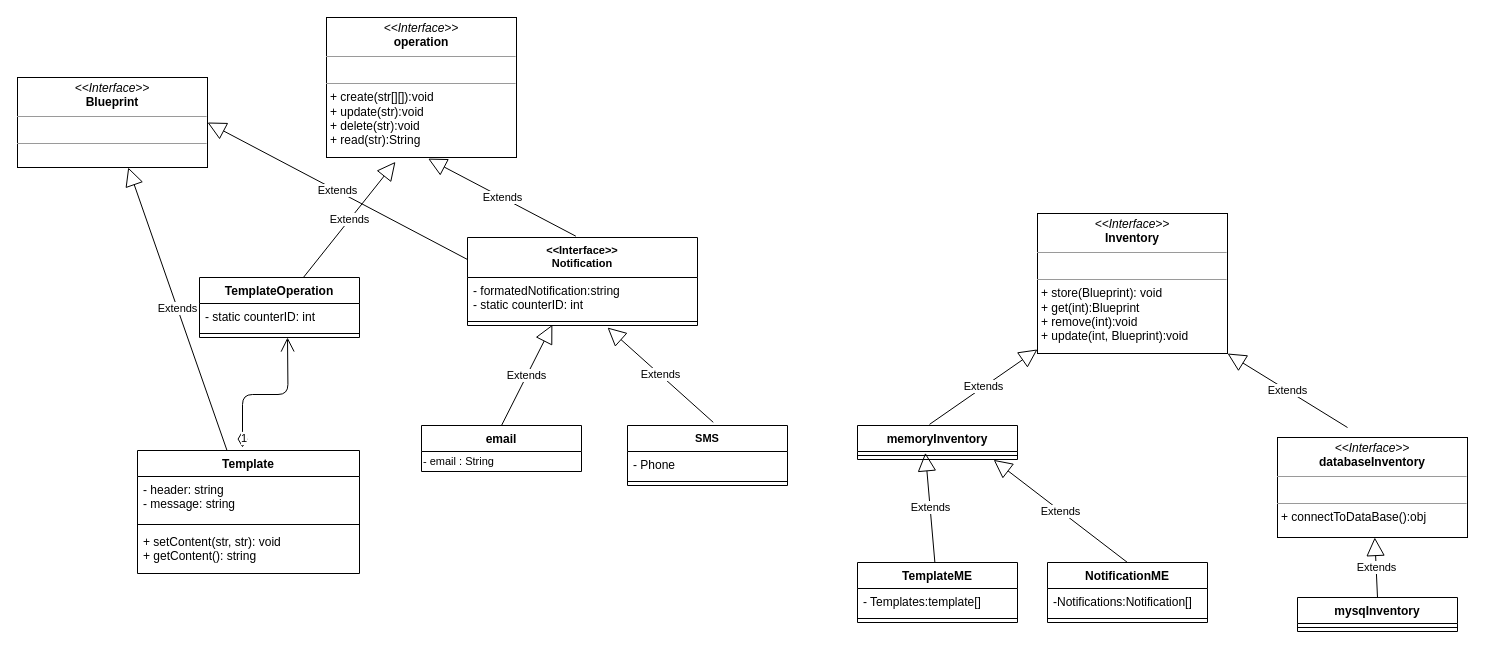
Before: diagrams/classDiagram_V4.drawio in Abdelrhman-ammar/NotificationSystem, a draw.io diagram. Source tidied: cells renumbered, new cells numbered last; positions are measured from the earlier drawing's top-left corner, leaving out a move shared by most shapes. Both pictures are drawn from the tidied source at 100%, with x=0, y=0 at pixel (17, 17).
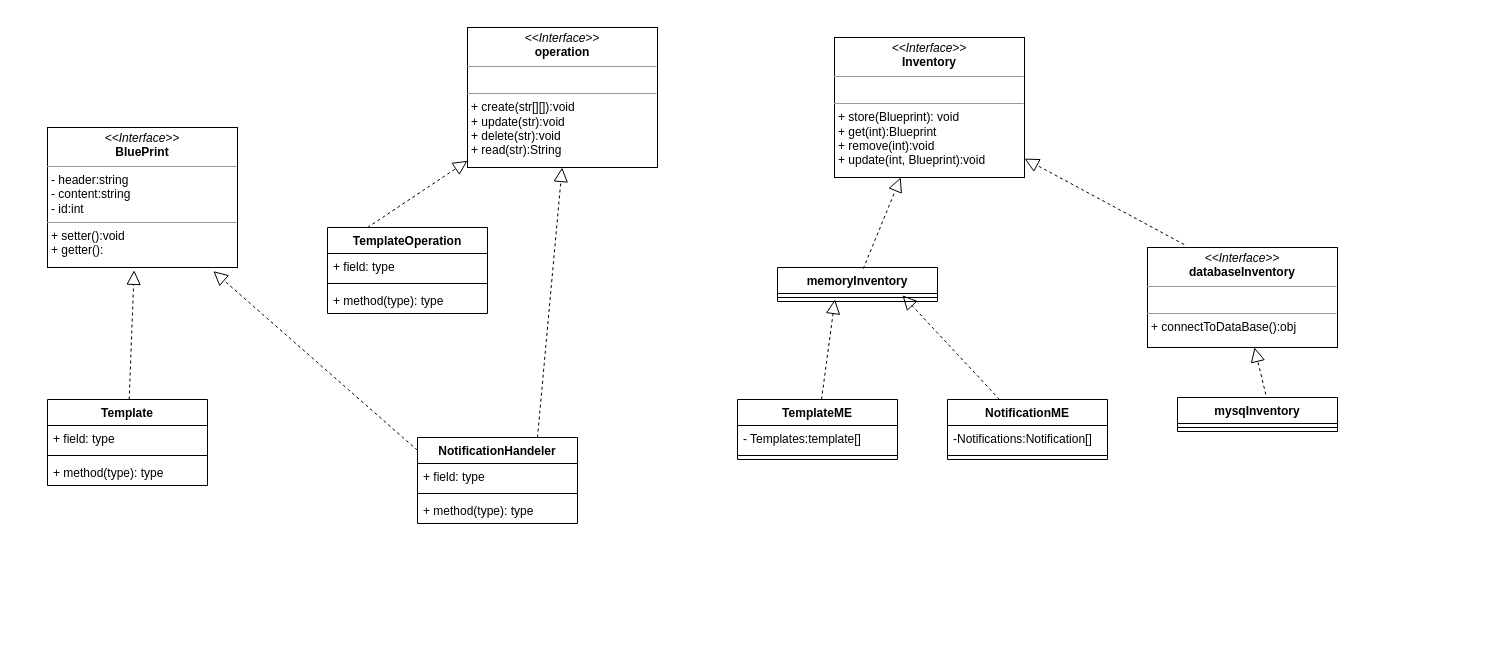
The same diagram, later.

Commit message (it also covers changes not shown here):
edit class diagram

Unchanged cells that the change refers to:
```xml
<mxCell id="18" style="line;strokeWidth=1;fillColor=none;align=left;verticalAlign=middle;spacingTop=-1;spacingLeft=3;spacingRight=3;labelPosition=right;points=[];portConstraint=eastwest;" parent="17" vertex="1">
  <mxGeometry y="26" width="160" height="8" as="geometry" />
</mxCell>
```

The edit, as a diff of the source:
```diff
@@
-    <mxCell id="2" value="Template" style="swimlane;fontStyle=1;align=center;verticalAlign=top;horizontal=1;startSize=26;rounded=0;shadow=0;strokeWidth=1;" parent="1" vertex="1">
-      <mxGeometry x="120" y="433" width="222" height="123" as="geometry" />
-    </mxCell>
-    <mxCell id="3" value="- header: string&#10;- message: string&#10;" style="text;align=left;verticalAlign=top;spacingLeft=4;spacingRight=4;overflow=hidden;" parent="2" vertex="1">
-      <mxGeometry y="26" width="222" height="44" as="geometry" />
-    </mxCell>
-    <mxCell id="4" style="line;html=1;strokeWidth=1;align=left;verticalAlign=middle;spacingTop=-1;spacingLeft=3;spacingRight=3;labelPosition=right;" parent="2" vertex="1">
-      <mxGeometry y="70" width="222" height="8" as="geometry" />
-    </mxCell>
-    <mxCell id="5" value="+ setContent(str, str): void&#10;+ getContent(): string" style="text;align=left;verticalAlign=top;spacingLeft=4;spacingRight=4;overflow=hidden;" parent="2" vertex="1">
-      <mxGeometry y="78" width="222" height="42" as="geometry" />
-    </mxCell>
-    <mxCell id="6" value="&lt;&lt;Interface&gt;&gt;&#10;Notification" style="swimlane;fontStyle=1;align=center;verticalAlign=top;horizontal=1;startSize=40;fontSize=11;" parent="1" vertex="1">
-      <mxGeometry x="450" y="220" width="230" height="88" as="geometry" />
-    </mxCell>
-    <mxCell id="7" value="- formatedNotification:string&#10;- static counterID: int&#10;" style="text;strokeColor=none;fillColor=none;align=left;verticalAlign=top;spacingLeft=4;spacingRight=4;overflow=hidden;" parent="6" vertex="1">
-      <mxGeometry y="40" width="230" height="40" as="geometry" />
-    </mxCell>
-    <mxCell id="8" style="line;strokeWidth=1;fillColor=none;align=left;verticalAlign=middle;spacingTop=-1;spacingLeft=3;spacingRight=3;labelPosition=right;points=[];portConstraint=eastwest;" parent="6" vertex="1">
-      <mxGeometry y="80" width="230" height="8" as="geometry" />
-    </mxCell>
-    <mxCell id="9" value="email" style="swimlane;fontStyle=1;align=center;verticalAlign=top;horizontal=1;startSize=26;" parent="1" vertex="1">
-      <mxGeometry x="404" y="408" width="160" height="46" as="geometry" />
-    </mxCell>
-    <mxCell id="10" value="- email : String" style="text;html=1;align=left;verticalAlign=middle;fontSize=11;" parent="9" vertex="1">
-      <mxGeometry y="26" width="160" height="20" as="geometry" />
-    </mxCell>
-    <mxCell id="11" value="SMS" style="swimlane;fontStyle=1;align=center;verticalAlign=top;horizontal=1;startSize=26;fontSize=11;" parent="1" vertex="1">
-      <mxGeometry x="610" y="408" width="160" height="60" as="geometry" />
-    </mxCell>
-    <mxCell id="12" value="- Phone" style="text;strokeColor=none;fillColor=none;align=left;verticalAlign=top;spacingLeft=4;spacingRight=4;overflow=hidden;" parent="11" vertex="1">
-      <mxGeometry y="26" width="160" height="26" as="geometry" />
-    </mxCell>
-    <mxCell id="13" style="line;strokeWidth=1;fillColor=none;align=left;verticalAlign=middle;spacingTop=-1;spacingLeft=3;spacingRight=3;labelPosition=right;" parent="11" vertex="1">
-      <mxGeometry y="52" width="160" height="8" as="geometry" />
-    </mxCell>
-    <mxCell id="14" value="Extends" style="endArrow=block;endSize=16;endFill=0;html=1;fontSize=11;exitX=0.5;exitY=0;exitDx=0;exitDy=0;entryX=0.369;entryY=0.912;entryDx=0;entryDy=0;entryPerimeter=0;" parent="1" edge="1" source="9" target="8">
-      <mxGeometry relative="1" as="geometry" />
-    </mxCell>
-    <mxCell id="15" value="Extends" style="endArrow=block;endSize=16;endFill=0;html=1;fontSize=11;exitX=0.536;exitY=-0.053;exitDx=0;exitDy=0;exitPerimeter=0;" parent="1" edge="1" source="11">
-      <mxGeometry relative="1" as="geometry">
-        <mxPoint x="590" y="310" as="targetPoint" />
-      </mxGeometry>
-    </mxCell>
     <mxCell id="16" value="&lt;p style=&quot;margin: 0px ; margin-top: 4px ; text-align: center&quot;&gt;&lt;i&gt;&amp;lt;&amp;lt;Interface&amp;gt;&amp;gt;&lt;/i&gt;&lt;br&gt;&lt;b&gt;Inventory&lt;/b&gt;&lt;/p&gt;&lt;hr size=&quot;1&quot;&gt;&lt;p style=&quot;margin: 0px ; margin-left: 4px&quot;&gt;&lt;br&gt;&lt;/p&gt;&lt;hr size=&quot;1&quot;&gt;&lt;p style=&quot;margin: 0px ; margin-left: 4px&quot;&gt;+ store(Blueprint): void&lt;br style=&quot;padding: 0px ; margin: 0px&quot;&gt;+ get(int):Blueprint&lt;br style=&quot;padding: 0px ; margin: 0px&quot;&gt;+ remove(int):void&lt;br&gt;&lt;/p&gt;&lt;p style=&quot;margin: 0px ; margin-left: 4px&quot;&gt;+ update(int, Blueprint):void&lt;/p&gt;" style="verticalAlign=top;align=left;overflow=fill;fontSize=12;fontFamily=Helvetica;html=1;" parent="1" vertex="1">
-      <mxGeometry x="1020" y="196" width="190" height="140" as="geometry" />
+      <mxGeometry x="817" y="20" width="190" height="140" as="geometry" />
     </mxCell>
     <mxCell id="17" value="memoryInventory" style="swimlane;fontStyle=1;align=center;verticalAlign=top;horizontal=1;startSize=26;" parent="1" vertex="1">
-      <mxGeometry x="840" y="408" width="160" height="34" as="geometry" />
+      <mxGeometry x="760" y="250" width="160" height="34" as="geometry" />
     </mxCell>
@@
     <mxCell id="19" value="&lt;p style=&quot;margin: 0px ; margin-top: 4px ; text-align: center&quot;&gt;&lt;i&gt;&amp;lt;&amp;lt;Interface&amp;gt;&amp;gt;&lt;/i&gt;&lt;br&gt;&lt;span style=&quot;font-weight: 700&quot;&gt;databaseInventory&lt;/span&gt;&lt;br&gt;&lt;/p&gt;&lt;hr size=&quot;1&quot;&gt;&lt;p style=&quot;margin: 0px ; margin-left: 4px&quot;&gt;&lt;br&gt;&lt;/p&gt;&lt;hr size=&quot;1&quot;&gt;&lt;p style=&quot;margin: 0px ; margin-left: 4px&quot;&gt;+ connectToDataBase():obj&lt;br&gt;&lt;/p&gt;" style="verticalAlign=top;align=left;overflow=fill;fontSize=12;fontFamily=Helvetica;html=1;" parent="1" vertex="1">
-      <mxGeometry x="1260" y="420" width="190" height="100" as="geometry" />
+      <mxGeometry x="1130" y="230" width="190" height="100" as="geometry" />
     </mxCell>
     <mxCell id="20" value="mysqInventory" style="swimlane;fontStyle=1;align=center;verticalAlign=top;horizontal=1;startSize=26;" parent="1" vertex="1">
-      <mxGeometry x="1280" y="580" width="160" height="34" as="geometry" />
+      <mxGeometry x="1160" y="380" width="160" height="34" as="geometry" />
     </mxCell>
@@
-    <mxCell id="22" value="Extends" style="endArrow=block;endSize=16;endFill=0;html=1;exitX=0.45;exitY=-0.033;exitDx=0;exitDy=0;exitPerimeter=0;" parent="1" edge="1" source="17" target="16">
-      <mxGeometry relative="1" as="geometry" />
-    </mxCell>
-    <mxCell id="23" value="Extends" style="endArrow=block;endSize=16;endFill=0;html=1;entryX=1;entryY=1;entryDx=0;entryDy=0;" parent="1" edge="1" target="16">
-      <mxGeometry relative="1" as="geometry">
-        <mxPoint x="1330" y="410" as="sourcePoint" />
-      </mxGeometry>
-    </mxCell>
-    <mxCell id="24" value="Extends" style="endArrow=block;endSize=16;endFill=0;html=1;exitX=0.5;exitY=0;exitDx=0;exitDy=0;" parent="1" edge="1" source="20" target="19">
-      <mxGeometry relative="1" as="geometry" />
-    </mxCell>
-    <mxCell id="25" value="1" style="endArrow=open;html=1;endSize=12;startArrow=diamondThin;startSize=14;startFill=0;edgeStyle=orthogonalEdgeStyle;align=left;verticalAlign=bottom;exitX=0.473;exitY=-0.024;exitDx=0;exitDy=0;exitPerimeter=0;" parent="1" edge="1" source="2">
-      <mxGeometry x="-1" y="3" relative="1" as="geometry">
-        <mxPoint x="270" y="320" as="targetPoint" />
-      </mxGeometry>
-    </mxCell>
     <mxCell id="26" value="TemplateME" style="swimlane;fontStyle=1;align=center;verticalAlign=top;horizontal=1;startSize=26;" parent="1" vertex="1">
-      <mxGeometry x="840" y="545" width="160" height="60" as="geometry" />
+      <mxGeometry x="720" y="382" width="160" height="60" as="geometry" />
     </mxCell>
@@
     <mxCell id="29" value="NotificationME" style="swimlane;fontStyle=1;align=center;verticalAlign=top;horizontal=1;startSize=26;" parent="1" vertex="1">
-      <mxGeometry x="1030" y="545" width="160" height="60" as="geometry" />
+      <mxGeometry x="930" y="382" width="160" height="60" as="geometry" />
     </mxCell>
@@
+    <mxCell id="34" value="&lt;p style=&quot;margin: 0px ; margin-top: 4px ; text-align: center&quot;&gt;&lt;i&gt;&amp;lt;&amp;lt;Interface&amp;gt;&amp;gt;&lt;/i&gt;&lt;br&gt;&lt;b&gt;operation&lt;/b&gt;&lt;/p&gt;&lt;hr size=&quot;1&quot;&gt;&lt;p style=&quot;margin: 0px ; margin-left: 4px&quot;&gt;&lt;br&gt;&lt;/p&gt;&lt;hr size=&quot;1&quot;&gt;&lt;p style=&quot;margin: 0px ; margin-left: 4px&quot;&gt;+ create(str[][]):void&lt;br style=&quot;padding: 0px ; margin: 0px&quot;&gt;+ update(str):void&lt;br style=&quot;padding: 0px ; margin: 0px&quot;&gt;+ delete(str):void&lt;br style=&quot;padding: 0px ; margin: 0px&quot;&gt;+ read(str):String&lt;/p&gt;&lt;div style=&quot;padding: 0px ; margin: 0px&quot;&gt;&lt;br style=&quot;padding: 0px ; margin: 0px&quot;&gt;&lt;/div&gt;" style="verticalAlign=top;align=left;overflow=fill;fontSize=12;fontFamily=Helvetica;html=1;" parent="1" vertex="1">
+      <mxGeometry x="450" y="10" width="190" height="140" as="geometry" />
+    </mxCell>
+    <mxCell id="43" value="&lt;p style=&quot;margin: 0px ; margin-top: 4px ; text-align: center&quot;&gt;&lt;i&gt;&amp;lt;&amp;lt;Interface&amp;gt;&amp;gt;&lt;/i&gt;&lt;br&gt;&lt;b&gt;BluePrint&lt;/b&gt;&lt;/p&gt;&lt;hr size=&quot;1&quot;&gt;&lt;p style=&quot;margin: 0px ; margin-left: 4px&quot;&gt;- header:string&lt;br&gt;- content:string&amp;nbsp;&lt;/p&gt;&lt;p style=&quot;margin: 0px ; margin-left: 4px&quot;&gt;- id:int&lt;/p&gt;&lt;hr size=&quot;1&quot;&gt;&lt;p style=&quot;margin: 0px ; margin-left: 4px&quot;&gt;+ setter():void&lt;/p&gt;&lt;p style=&quot;margin: 0px ; margin-left: 4px&quot;&gt;+ getter():&lt;/p&gt;" style="verticalAlign=top;align=left;overflow=fill;fontSize=12;fontFamily=Helvetica;html=1;" parent="1" vertex="1">
+      <mxGeometry x="30" y="110" width="190" height="140" as="geometry" />
+    </mxCell>
+    <mxCell id="2" value="Template" style="swimlane;fontStyle=1;align=center;verticalAlign=top;horizontal=1;startSize=26;" parent="1" vertex="1">
+      <mxGeometry x="30" y="382" width="160" height="86" as="geometry" />
+    </mxCell>
+    <mxCell id="44" value="+ field: type" style="text;strokeColor=none;fillColor=none;align=left;verticalAlign=top;spacingLeft=4;spacingRight=4;overflow=hidden;" parent="2" vertex="1">
+      <mxGeometry y="26" width="160" height="26" as="geometry" />
+    </mxCell>
+    <mxCell id="45" style="line;strokeWidth=1;fillColor=none;align=left;verticalAlign=middle;spacingTop=-1;spacingLeft=3;spacingRight=3;labelPosition=right;" parent="2" vertex="1">
+      <mxGeometry y="52" width="160" height="8" as="geometry" />
+    </mxCell>
+    <mxCell id="46" value="+ method(type): type" style="text;strokeColor=none;fillColor=none;align=left;verticalAlign=top;spacingLeft=4;spacingRight=4;overflow=hidden;" parent="2" vertex="1">
+      <mxGeometry y="60" width="160" height="26" as="geometry" />
+    </mxCell>
+    <mxCell id="37" value="TemplateOperation" style="swimlane;fontStyle=1;align=center;verticalAlign=top;horizontal=1;startSize=26;" parent="1" vertex="1">
+      <mxGeometry x="310" y="210" width="160" height="86" as="geometry" />
+    </mxCell>
+    <mxCell id="47" value="+ field: type" style="text;strokeColor=none;fillColor=none;align=left;verticalAlign=top;spacingLeft=4;spacingRight=4;overflow=hidden;" parent="37" vertex="1">
+      <mxGeometry y="26" width="160" height="26" as="geometry" />
+    </mxCell>
+    <mxCell id="48" style="line;strokeWidth=1;fillColor=none;align=left;verticalAlign=middle;spacingTop=-1;spacingLeft=3;spacingRight=3;labelPosition=right;" parent="37" vertex="1">
+      <mxGeometry y="52" width="160" height="8" as="geometry" />
+    </mxCell>
+    <mxCell id="49" value="+ method(type): type" style="text;strokeColor=none;fillColor=none;align=left;verticalAlign=top;spacingLeft=4;spacingRight=4;overflow=hidden;" parent="37" vertex="1">
+      <mxGeometry y="60" width="160" height="26" as="geometry" />
+    </mxCell>
+    <mxCell id="50" value="NotificationHandeler" style="swimlane;fontStyle=1;align=center;verticalAlign=top;horizontal=1;startSize=26;" parent="1" vertex="1">
+      <mxGeometry x="400" y="420" width="160" height="86" as="geometry" />
+    </mxCell>
+    <mxCell id="51" value="+ field: type" style="text;strokeColor=none;fillColor=none;align=left;verticalAlign=top;spacingLeft=4;spacingRight=4;overflow=hidden;" parent="50" vertex="1">
+      <mxGeometry y="26" width="160" height="26" as="geometry" />
+    </mxCell>
+    <mxCell id="52" style="line;strokeWidth=1;fillColor=none;align=left;verticalAlign=middle;spacingTop=-1;spacingLeft=3;spacingRight=3;labelPosition=right;" parent="50" vertex="1">
+      <mxGeometry y="52" width="160" height="8" as="geometry" />
+    </mxCell>
+    <mxCell id="53" value="+ method(type): type" style="text;strokeColor=none;fillColor=none;align=left;verticalAlign=top;spacingLeft=4;spacingRight=4;overflow=hidden;" parent="50" vertex="1">
+      <mxGeometry y="60" width="160" height="26" as="geometry" />
+    </mxCell>
+    <mxCell id="54" style="endArrow=block;dashed=1;endFill=0;endSize=12;html=1;entryX=0.456;entryY=1.02;entryDx=0;entryDy=0;entryPerimeter=0;" parent="1" edge="1" source="2" target="43">
+      <mxGeometry relative="1" as="geometry" />
+    </mxCell>
+    <mxCell id="35" style="endArrow=block;dashed=1;endFill=0;endSize=12;html=1;exitX=0.25;exitY=0;exitDx=0;exitDy=0;" parent="1" edge="1" source="37" target="34">
+      <mxGeometry relative="1" as="geometry" />
+    </mxCell>
+    <mxCell id="55" style="endArrow=block;dashed=1;endFill=0;endSize=12;html=1;entryX=0.456;entryY=1.02;entryDx=0;entryDy=0;entryPerimeter=0;exitX=0.75;exitY=0;exitDx=0;exitDy=0;" parent="1" edge="1" source="50">
+      <mxGeometry relative="1" as="geometry">
+        <mxPoint x="544.6" y="150" as="targetPoint" />
+      </mxGeometry>
+    </mxCell>
+    <mxCell id="56" style="endArrow=block;dashed=1;endFill=0;endSize=12;html=1;entryX=0.873;entryY=1.026;entryDx=0;entryDy=0;entryPerimeter=0;exitX=0;exitY=0.149;exitDx=0;exitDy=0;exitPerimeter=0;" parent="1" edge="1" source="50" target="43">
+      <mxGeometry relative="1" as="geometry" />
+    </mxCell>
+    <mxCell id="22" style="endArrow=block;dashed=1;endFill=0;endSize=12;html=1;exitX=0.536;exitY=0.034;exitDx=0;exitDy=0;exitPerimeter=0;" parent="1" edge="1" source="17" target="16">
+      <mxGeometry relative="1" as="geometry" />
+    </mxCell>
+    <mxCell id="57" style="endArrow=block;dashed=1;endFill=0;endSize=12;html=1;exitX=0.193;exitY=-0.03;exitDx=0;exitDy=0;exitPerimeter=0;" parent="1" edge="1" source="19" target="16">
+      <mxGeometry relative="1" as="geometry" />
+    </mxCell>
-    <mxCell id="32" value="Extends" style="endArrow=block;endSize=16;endFill=0;html=1;entryX=0.424;entryY=0.162;entryDx=0;entryDy=0;entryPerimeter=0;" parent="1" edge="1" source="26" target="18">
+    <mxCell id="32" style="endArrow=block;dashed=1;endFill=0;endSize=12;html=1;entryX=0.359;entryY=0.75;entryDx=0;entryDy=0;entryPerimeter=0;" parent="1" edge="1" source="26" target="18">
       <mxGeometry relative="1" as="geometry" />
     </mxCell>
-    <mxCell id="33" value="Extends" style="endArrow=block;endSize=16;endFill=0;html=1;exitX=0.5;exitY=0;exitDx=0;exitDy=0;entryX=0.851;entryY=1.044;entryDx=0;entryDy=0;entryPerimeter=0;" parent="1" edge="1" source="29" target="18">
+    <mxCell id="33" style="endArrow=block;dashed=1;endFill=0;endSize=12;html=1;entryX=0.781;entryY=0.229;entryDx=0;entryDy=0;entryPerimeter=0;" parent="1" edge="1" source="29" target="18">
       <mxGeometry relative="1" as="geometry" />
     </mxCell>
-    <mxCell id="34" value="&lt;p style=&quot;margin: 0px ; margin-top: 4px ; text-align: center&quot;&gt;&lt;i&gt;&amp;lt;&amp;lt;Interface&amp;gt;&amp;gt;&lt;/i&gt;&lt;br&gt;&lt;b&gt;operation&lt;/b&gt;&lt;/p&gt;&lt;hr size=&quot;1&quot;&gt;&lt;p style=&quot;margin: 0px ; margin-left: 4px&quot;&gt;&lt;br&gt;&lt;/p&gt;&lt;hr size=&quot;1&quot;&gt;&lt;p style=&quot;margin: 0px ; margin-left: 4px&quot;&gt;+ create(str[][]):void&lt;br style=&quot;padding: 0px ; margin: 0px&quot;&gt;+ update(str):void&lt;br style=&quot;padding: 0px ; margin: 0px&quot;&gt;+ delete(str):void&lt;br style=&quot;padding: 0px ; margin: 0px&quot;&gt;+ read(str):String&lt;/p&gt;&lt;div style=&quot;padding: 0px ; margin: 0px&quot;&gt;&lt;br style=&quot;padding: 0px ; margin: 0px&quot;&gt;&lt;/div&gt;" style="verticalAlign=top;align=left;overflow=fill;fontSize=12;fontFamily=Helvetica;html=1;" parent="1" vertex="1">
-      <mxGeometry x="309" width="190" height="140" as="geometry" />
-    </mxCell>
-    <mxCell id="35" value="Extends" style="endArrow=block;endSize=16;endFill=0;html=1;entryX=0.363;entryY=1.031;entryDx=0;entryDy=0;entryPerimeter=0;" parent="1" edge="1" source="37" target="34">
-      <mxGeometry relative="1" as="geometry" />
-    </mxCell>
-    <mxCell id="36" value="Extends" style="endArrow=block;endSize=16;endFill=0;html=1;exitX=0.471;exitY=-0.015;exitDx=0;exitDy=0;entryX=0.535;entryY=1.008;entryDx=0;entryDy=0;entryPerimeter=0;exitPerimeter=0;" parent="1" edge="1" source="6" target="34">
-      <mxGeometry relative="1" as="geometry" />
-    </mxCell>
-    <mxCell id="37" value="TemplateOperation" style="swimlane;fontStyle=1;align=center;verticalAlign=top;horizontal=1;startSize=26;" parent="1" vertex="1">
-      <mxGeometry x="182" y="260" width="160" height="60" as="geometry" />
-    </mxCell>
-    <mxCell id="38" value="- static counterID: int&#10;" style="text;strokeColor=none;fillColor=none;align=left;verticalAlign=top;spacingLeft=4;spacingRight=4;overflow=hidden;" parent="37" vertex="1">
-      <mxGeometry y="26" width="160" height="26" as="geometry" />
-    </mxCell>
-    <mxCell id="39" style="line;strokeWidth=1;fillColor=none;align=left;verticalAlign=middle;spacingTop=-1;spacingLeft=3;spacingRight=3;labelPosition=right;" parent="37" vertex="1">
-      <mxGeometry y="52" width="160" height="8" as="geometry" />
-    </mxCell>
-    <mxCell id="40" value="&lt;p style=&quot;margin: 0px ; margin-top: 4px ; text-align: center&quot;&gt;&lt;i&gt;&amp;lt;&amp;lt;Interface&amp;gt;&amp;gt;&lt;/i&gt;&lt;br&gt;&lt;b&gt;Blueprint&lt;/b&gt;&lt;/p&gt;&lt;hr size=&quot;1&quot;&gt;&lt;p style=&quot;margin: 0px ; margin-left: 4px&quot;&gt;&lt;br&gt;&lt;/p&gt;&lt;hr size=&quot;1&quot;&gt;&lt;p style=&quot;margin: 0px ; margin-left: 4px&quot;&gt;&lt;br&gt;&lt;/p&gt;" style="verticalAlign=top;align=left;overflow=fill;fontSize=12;fontFamily=Helvetica;html=1;" parent="1" vertex="1">
-      <mxGeometry y="60" width="190" height="90" as="geometry" />
-    </mxCell>
-    <mxCell id="41" value="Extends" style="endArrow=block;endSize=16;endFill=0;html=1;" parent="1" edge="1" source="2" target="40">
-      <mxGeometry relative="1" as="geometry" />
-    </mxCell>
-    <mxCell id="42" value="Extends" style="endArrow=block;endSize=16;endFill=0;html=1;exitX=0;exitY=0.25;exitDx=0;exitDy=0;entryX=1;entryY=0.5;entryDx=0;entryDy=0;" parent="1" edge="1" source="6" target="40">
-      <mxGeometry relative="1" as="geometry" />
-    </mxCell>
+    <mxCell id="24" style="endArrow=block;dashed=1;endFill=0;endSize=12;html=1;exitX=0.552;exitY=-0.088;exitDx=0;exitDy=0;exitPerimeter=0;" parent="1" edge="1" source="20" target="19">
+      <mxGeometry relative="1" as="geometry" />
+    </mxCell>
```
